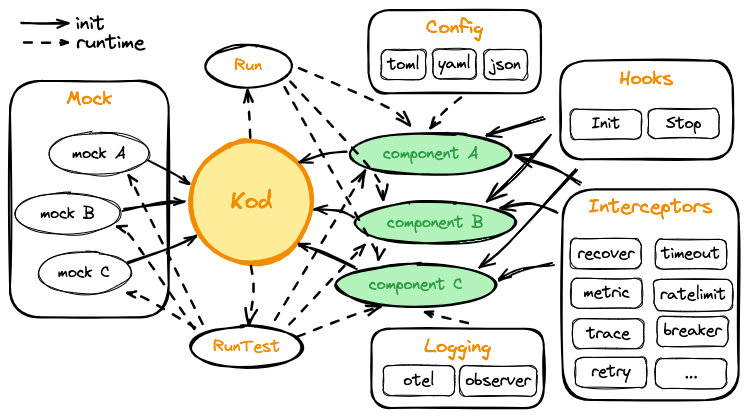
go-kod/kod keeps this Excalidraw diagram as assets/kod.excalidraw.png. Above is the earlier version. Source tidied: one line per element, renumbered; positions are measured from the earlier drawing's top-left corner, leaving out a move shared by most shapes. Its diagram source:
```json
{"id": 0, "type": "ellipse", "strokeColor": "#f08c00", "backgroundColor": "#ffec99", "fillStyle": "solid", "strokeWidth": 4, "roughness": 1, "round": true, "x": 180, "y": 130, "width": 122, "height": 123}
{"id": 1, "type": "text", "text": "Kod", "strokeColor": "#f08c00", "strokeWidth": 2, "roughness": 1, "fontSize": 24.21, "fontFamily": 1, "textAlign": "center", "verticalAlign": "middle", "inside": 0, "x": 220, "y": 177, "width": 42, "height": 30}
{"id": 2, "type": "ellipse", "strokeColor": "#000000", "strokeWidth": 2, "roughness": 1, "round": true, "x": 195, "y": 35, "width": 87, "height": 42}
{"id": 3, "type": "text", "text": "Run", "strokeColor": "#f08c00", "strokeWidth": 2, "roughness": 1, "fontSize": 16, "fontFamily": 1, "textAlign": "center", "verticalAlign": "middle", "inside": 2, "x": 224, "y": 46, "width": 27, "height": 20}
{"id": 4, "type": "ellipse", "strokeColor": "#000000", "backgroundColor": "#b2f2bb", "fillStyle": "solid", "strokeWidth": 2, "roughness": 1, "round": true, "x": 340, "y": 123, "width": 161, "height": 42}
{"id": 5, "type": "text", "text": "component A", "strokeColor": "#2f9e44", "strokeWidth": 2, "roughness": 1, "fontSize": 16, "fontFamily": 1, "textAlign": "center", "verticalAlign": "middle", "inside": 4, "x": 373, "y": 134, "width": 95, "height": 20}
{"id": 6, "type": "ellipse", "strokeColor": "#000000", "backgroundColor": "#b2f2bb", "fillStyle": "solid", "strokeWidth": 2, "roughness": 1, "round": true, "x": 345, "y": 192, "width": 161, "height": 42}
{"id": 7, "type": "text", "text": "component B", "strokeColor": "#2f9e44", "strokeWidth": 2, "roughness": 1, "fontSize": 16, "fontFamily": 1, "textAlign": "center", "verticalAlign": "middle", "inside": 6, "x": 377, "y": 203, "width": 96, "height": 20}
{"id": 8, "type": "ellipse", "strokeColor": "#000000", "backgroundColor": "#b2f2bb", "fillStyle": "solid", "strokeWidth": 2, "roughness": 1, "round": true, "x": 326, "y": 254, "width": 161, "height": 42}
{"id": 9, "type": "text", "text": "component C", "strokeColor": "#2f9e44", "strokeWidth": 2, "roughness": 1, "fontSize": 16, "fontFamily": 1, "textAlign": "center", "verticalAlign": "middle", "inside": 8, "x": 359, "y": 265, "width": 95, "height": 20}
{"id": 10, "type": "arrow", "strokeColor": "#000000", "strokeWidth": 2, "roughness": 1, "endArrowhead": "arrow", "round": true, "from": 4, "to": 0, "x": 336, "y": 142, "width": 47, "height": 11, "points": [[0, 0], [-21, 2], [-47, 11]]}
{"id": 11, "type": "arrow", "strokeColor": "#000000", "strokeWidth": 2, "roughness": 1, "endArrowhead": "arrow", "round": true, "from": 6, "to": 0, "x": 344, "y": 207, "width": 40, "height": 8, "points": [[0, 0], [-14, -7], [-40, -8]]}
{"id": 12, "type": "arrow", "strokeColor": "#000000", "strokeWidth": 2, "roughness": 1, "endArrowhead": "arrow", "round": true, "from": 8, "to": 0, "x": 345, "y": 258, "width": 57, "height": 22, "points": [[0, 0], [-35, -17], [-57, -22]]}
{"id": 13, "type": "ellipse", "strokeColor": "#000000", "strokeWidth": 1, "roughness": 1, "round": true, "x": 38, "y": 123, "width": 101, "height": 42}
{"id": 14, "type": "text", "text": "mock A", "strokeColor": "#000000", "strokeWidth": 2, "roughness": 1, "fontSize": 16, "fontFamily": 1, "textAlign": "center", "verticalAlign": "middle", "inside": 13, "x": 62, "y": 134, "width": 53, "height": 20}
{"id": 15, "type": "arrow", "strokeColor": "#000000", "strokeWidth": 2, "roughness": 1, "endArrowhead": "arrow", "round": true, "from": 13, "to": 0, "x": 140, "y": 151, "width": 39, "height": 22, "points": [[0, 0], [22, 13], [39, 22]]}
{"id": 16, "type": "ellipse", "strokeColor": "#000000", "strokeWidth": 1, "roughness": 1, "round": true, "x": 5, "y": 183, "width": 105, "height": 42}
{"id": 17, "type": "text", "text": "mock B", "strokeColor": "#000000", "strokeWidth": 2, "roughness": 1, "fontSize": 16, "fontFamily": 1, "textAlign": "center", "verticalAlign": "middle", "inside": 16, "x": 30, "y": 194, "width": 54, "height": 20}
{"id": 18, "type": "ellipse", "strokeColor": "#000000", "strokeWidth": 1, "roughness": 1, "round": true, "x": 28, "y": 242, "width": 92, "height": 42}
{"id": 19, "type": "text", "text": "mock C", "strokeColor": "#000000", "strokeWidth": 2, "roughness": 1, "fontSize": 16, "fontFamily": 1, "textAlign": "center", "verticalAlign": "middle", "inside": 18, "x": 48, "y": 253, "width": 53, "height": 20}
{"id": 20, "type": "arrow", "strokeColor": "#000000", "strokeWidth": 2, "roughness": 1, "endArrowhead": "arrow", "round": true, "from": 16, "to": 0, "x": 114, "y": 200, "width": 61, "height": 7, "points": [[0, 0], [41, -6], [61, -7]]}
{"id": 21, "type": "arrow", "strokeColor": "#000000", "strokeWidth": 2, "roughness": 1, "endArrowhead": "arrow", "round": true, "from": 18, "to": 0, "x": 117, "y": 254, "width": 68, "height": 28, "points": [[0, 0], [48, -16], [68, -28]]}
{"id": 22, "type": "arrow", "strokeColor": "#000000", "strokeWidth": 2, "strokeStyle": "dashed", "roughness": 1, "endArrowhead": "arrow", "round": true, "from": 2, "to": 4, "x": 288, "y": 59, "width": 111, "height": 56, "points": [[0, 0], [88, 37], [111, 56]]}
{"id": 23, "type": "arrow", "strokeColor": "#000000", "strokeWidth": 2, "strokeStyle": "dashed", "roughness": 1, "endArrowhead": "arrow", "round": true, "from": 2, "to": 6, "x": 280, "y": 71, "width": 92, "height": 119, "points": [[0, 0], [81, 90], [92, 119]]}
{"id": 24, "type": "arrow", "strokeColor": "#000000", "strokeWidth": 2, "strokeStyle": "dashed", "roughness": 1, "endArrowhead": "arrow", "round": true, "from": 2, "to": 8, "x": 275, "y": 78, "width": 92, "height": 172, "points": [[0, 0], [83, 149], [92, 172]]}
{"id": 25, "type": "ellipse", "strokeColor": "#000000", "strokeWidth": 2, "roughness": 1, "round": true, "x": 181, "y": 316, "width": 111, "height": 42}
{"id": 26, "type": "text", "text": "RunTest", "strokeColor": "#f08c00", "strokeWidth": 2, "roughness": 1, "fontSize": 16, "fontFamily": 1, "textAlign": "center", "verticalAlign": "middle", "inside": 25, "x": 203, "y": 327, "width": 67, "height": 20}
{"id": 27, "type": "arrow", "strokeColor": "#000000", "strokeWidth": 2, "strokeStyle": "dashed", "roughness": 1, "endArrowhead": "arrow", "round": true, "from": 25, "to": 18, "x": 185, "y": 317, "width": 68, "height": 35, "points": [[0, 0], [-51, -29], [-68, -35]]}
{"id": 28, "type": "arrow", "strokeColor": "#000000", "strokeWidth": 2, "strokeStyle": "dashed", "roughness": 1, "endArrowhead": "arrow", "round": true, "from": 25, "to": 16, "x": 185, "y": 319, "width": 77, "height": 102, "points": [[0, 0], [-63, -89], [-77, -102]]}
{"id": 29, "type": "arrow", "strokeColor": "#000000", "strokeWidth": 2, "strokeStyle": "dashed", "roughness": 1, "endArrowhead": "arrow", "round": true, "from": 25, "to": 13, "x": 192, "y": 313, "width": 73, "height": 147, "points": [[0, 0], [-64, -129], [-73, -147]]}
{"id": 30, "type": "arrow", "strokeColor": "#000000", "strokeWidth": 2, "roughness": 1, "endArrowhead": "arrow", "round": true, "to": 33, "x": 11, "y": 13, "width": 46, "height": 1, "points": [[0, 0], [23, 0], [46, -1]]}
{"id": 31, "type": "text", "text": "init", "strokeColor": "#000000", "strokeWidth": 2, "strokeStyle": "dashed", "roughness": 1, "fontSize": 20, "fontFamily": 1, "round": true, "x": 66, "y": 1, "width": 29, "height": 25}
{"id": 32, "type": "arrow", "strokeColor": "#000000", "strokeWidth": 2, "strokeStyle": "dashed", "roughness": 1, "endArrowhead": "arrow", "round": true, "to": 33, "x": 15, "y": 32, "width": 43, "height": 1, "points": [[0, 0], [29, 1], [43, 1]]}
{"id": 33, "type": "text", "text": "runtime", "strokeColor": "#000000", "strokeWidth": 2, "strokeStyle": "dashed", "roughness": 1, "fontSize": 20, "fontFamily": 1, "round": true, "x": 66, "y": 20, "width": 69, "height": 25}
{"id": 34, "type": "arrow", "strokeColor": "#000000", "strokeWidth": 2, "strokeStyle": "dashed", "roughness": 1, "endArrowhead": "arrow", "round": true, "from": 0, "to": 2, "x": 240, "y": 127, "width": 3, "height": 47, "points": [[0, 0], [-1, -22], [-3, -47]]}
{"id": 35, "type": "arrow", "strokeColor": "#000000", "strokeWidth": 2, "strokeStyle": "dashed", "roughness": 1, "endArrowhead": "arrow", "round": true, "from": 0, "to": 25, "x": 240, "y": 257, "width": 4, "height": 58, "points": [[0, 0], [4, 25], [-1, 58]]}
{"id": 36, "type": "rectangle", "strokeColor": "#000000", "strokeWidth": 2, "roughness": 1, "round": true, "x": 553, "y": 179, "width": 176, "height": 211}
{"id": 37, "type": "text", "text": "Interceptors", "strokeColor": "#f08c00", "strokeWidth": 2, "strokeStyle": "dashed", "roughness": 1, "fontSize": 20, "fontFamily": 1, "textAlign": "center", "inside": 36, "x": 579, "y": 184, "width": 124, "height": 25}
{"id": 38, "type": "arrow", "strokeColor": "#000000", "strokeWidth": 2, "roughness": 1, "endArrowhead": "arrow", "round": true, "from": 53, "to": 4, "x": 570, "y": 174, "width": 64, "height": 27, "points": [[0, 0], [-26, -15], [-64, -27]]}
{"id": 39, "type": "arrow", "strokeColor": "#000000", "strokeWidth": 2, "roughness": 1, "endArrowhead": "arrow", "round": true, "from": 36, "to": 6, "x": 547, "y": 203, "width": 57, "height": 9, "points": [[0, 0], [-26, -9], [-57, -5]]}
{"id": 40, "type": "arrow", "strokeColor": "#000000", "strokeWidth": 2, "roughness": 1, "endArrowhead": "arrow", "round": true, "from": 36, "to": 8, "x": 542, "y": 254, "width": 54, "height": 16, "points": [[0, 0], [-31, 7], [-54, 16]]}
{"id": 41, "type": "rectangle", "strokeColor": "#000000", "strokeWidth": 1, "roughness": 1, "round": true, "x": 645, "y": 229, "width": 71, "height": 30}
{"id": 42, "type": "text", "text": "timeout", "strokeColor": "#000000", "strokeWidth": 2, "roughness": 1, "fontSize": 16, "fontFamily": 1, "textAlign": "center", "verticalAlign": "middle", "inside": 41, "x": 652, "y": 234, "width": 58, "height": 20}
{"id": 43, "type": "rectangle", "strokeColor": "#000000", "strokeWidth": 1, "roughness": 1, "round": true, "x": 560, "y": 229, "width": 71, "height": 30}
{"id": 44, "type": "text", "text": "recover", "strokeColor": "#000000", "strokeWidth": 2, "roughness": 1, "fontSize": 16, "fontFamily": 1, "textAlign": "center", "verticalAlign": "middle", "inside": 43, "x": 568, "y": 234, "width": 57, "height": 20}
{"id": 45, "type": "rectangle", "strokeColor": "#000000", "strokeWidth": 1, "roughness": 1, "round": true, "x": 647, "y": 306, "width": 71, "height": 30}
{"id": 46, "type": "text", "text": "breaker", "strokeColor": "#000000", "strokeWidth": 2, "roughness": 1, "fontSize": 16, "fontFamily": 1, "textAlign": "center", "verticalAlign": "middle", "inside": 45, "x": 654, "y": 311, "width": 58, "height": 20}
{"id": 47, "type": "rectangle", "strokeColor": "#000000", "strokeWidth": 1, "roughness": 1, "round": true, "x": 644, "y": 269, "width": 79, "height": 31}
{"id": 48, "type": "text", "text": "ratelimit", "strokeColor": "#000000", "strokeWidth": 2, "roughness": 1, "fontSize": 16, "fontFamily": 1, "textAlign": "center", "verticalAlign": "middle", "inside": 47, "x": 650, "y": 275, "width": 66, "height": 20}
{"id": 49, "type": "rectangle", "strokeColor": "#000000", "strokeWidth": 1, "roughness": 1, "round": true, "x": 561, "y": 268, "width": 71, "height": 30}
{"id": 50, "type": "text", "text": "metric", "strokeColor": "#000000", "strokeWidth": 2, "roughness": 1, "fontSize": 16, "fontFamily": 1, "textAlign": "center", "verticalAlign": "middle", "inside": 49, "x": 573, "y": 273, "width": 46, "height": 20}
{"id": 51, "type": "rectangle", "strokeColor": "#000000", "strokeWidth": 1, "roughness": 1, "round": true, "x": 563, "y": 309, "width": 71, "height": 30}
{"id": 52, "type": "text", "text": "trace", "strokeColor": "#000000", "strokeWidth": 2, "roughness": 1, "fontSize": 16, "fontFamily": 1, "textAlign": "center", "verticalAlign": "middle", "inside": 51, "x": 577, "y": 314, "width": 43, "height": 20}
{"id": 53, "type": "rectangle", "strokeColor": "#000000", "strokeWidth": 2, "roughness": 1, "round": true, "x": 550, "y": 51, "width": 172, "height": 99}
{"id": 54, "type": "text", "text": "Hooks", "strokeColor": "#f08c00", "strokeWidth": 2, "strokeStyle": "dashed", "roughness": 1, "fontSize": 20, "fontFamily": 1, "textAlign": "center", "inside": 53, "x": 610, "y": 56, "width": 54, "height": 25}
{"id": 55, "type": "rectangle", "strokeColor": "#000000", "strokeWidth": 1, "roughness": 1, "round": true, "x": 560, "y": 99, "width": 71, "height": 30}
{"id": 56, "type": "text", "text": "Init", "strokeColor": "#000000", "strokeWidth": 2, "roughness": 1, "fontSize": 16, "fontFamily": 1, "textAlign": "center", "verticalAlign": "middle", "inside": 55, "x": 582, "y": 104, "width": 29, "height": 20}
{"id": 57, "type": "rectangle", "strokeColor": "#000000", "strokeWidth": 1, "roughness": 1, "round": true, "x": 638, "y": 99, "width": 71, "height": 30}
{"id": 58, "type": "text", "text": "Stop", "strokeColor": "#000000", "strokeWidth": 2, "roughness": 1, "fontSize": 16, "fontFamily": 1, "textAlign": "center", "verticalAlign": "middle", "inside": 57, "x": 656, "y": 104, "width": 36, "height": 20}
{"id": 59, "type": "arrow", "strokeColor": "#000000", "strokeWidth": 2, "roughness": 1, "endArrowhead": "arrow", "round": true, "from": 53, "to": 4, "x": 533, "y": 108, "width": 57, "height": 16, "points": [[0, 0], [-28, 8], [-57, 16]]}
{"id": 60, "type": "arrow", "strokeColor": "#000000", "strokeWidth": 2, "roughness": 1, "endArrowhead": "arrow", "round": true, "from": 53, "to": 6, "x": 541, "y": 126, "width": 63, "height": 66, "points": [[0, 0], [-33, 37], [-63, 66]]}
{"id": 61, "type": "arrow", "strokeColor": "#000000", "strokeWidth": 2, "roughness": 1, "endArrowhead": "arrow", "round": true, "from": 53, "to": 8, "x": 567, "y": 159, "width": 96, "height": 97, "points": [[0, 0], [-71, 77], [-96, 97]]}
{"id": 62, "type": "rectangle", "strokeColor": "#000000", "strokeWidth": 2, "roughness": 1, "round": true, "x": 358, "y": 0, "width": 172, "height": 83}
{"id": 63, "type": "text", "text": "Config", "strokeColor": "#f08c00", "strokeWidth": 2, "strokeStyle": "dashed", "roughness": 1, "fontSize": 20, "fontFamily": 1, "textAlign": "center", "inside": 62, "x": 416, "y": 5, "width": 57, "height": 25}
{"id": 64, "type": "rectangle", "strokeColor": "#000000", "strokeWidth": 1, "roughness": 1, "round": true, "x": 371, "y": 40, "width": 45, "height": 30}
{"id": 65, "type": "text", "text": "toml", "strokeColor": "#000000", "strokeWidth": 2, "roughness": 1, "fontSize": 16, "fontFamily": 1, "textAlign": "center", "verticalAlign": "middle", "inside": 64, "x": 377, "y": 45, "width": 32, "height": 20}
{"id": 66, "type": "rectangle", "strokeColor": "#000000", "strokeWidth": 1, "roughness": 1, "round": true, "x": 423, "y": 39, "width": 43, "height": 30}
{"id": 67, "type": "text", "text": "yaml", "strokeColor": "#000000", "strokeWidth": 2, "roughness": 1, "fontSize": 16, "fontFamily": 1, "textAlign": "center", "verticalAlign": "middle", "inside": 66, "x": 428, "y": 44, "width": 33, "height": 20}
{"id": 68, "type": "rectangle", "strokeColor": "#000000", "strokeWidth": 2, "roughness": 1, "round": true, "x": 361, "y": 319, "width": 172, "height": 79}
{"id": 69, "type": "text", "text": "Logging", "strokeColor": "#f08c00", "strokeWidth": 2, "strokeStyle": "dashed", "roughness": 1, "fontSize": 20, "fontFamily": 1, "textAlign": "center", "inside": 68, "x": 414, "y": 324, "width": 67, "height": 25}
{"id": 70, "type": "rectangle", "strokeColor": "#000000", "strokeWidth": 1, "roughness": 1, "round": true, "x": 373, "y": 356, "width": 71, "height": 30}
{"id": 71, "type": "text", "text": "otel", "strokeColor": "#000000", "strokeWidth": 2, "roughness": 1, "fontSize": 16, "fontFamily": 1, "textAlign": "center", "verticalAlign": "middle", "inside": 70, "x": 394, "y": 361, "width": 31, "height": 20}
{"id": 72, "type": "rectangle", "strokeColor": "#000000", "strokeWidth": 1, "roughness": 1, "round": true, "x": 450, "y": 356, "width": 77, "height": 31}
{"id": 73, "type": "text", "text": "observer", "strokeColor": "#000000", "strokeWidth": 2, "roughness": 1, "fontSize": 16, "fontFamily": 1, "textAlign": "center", "verticalAlign": "middle", "inside": 72, "x": 456, "y": 361, "width": 65, "height": 20}
{"id": 74, "type": "rectangle", "strokeColor": "#000000", "strokeWidth": 1, "roughness": 1, "round": true, "x": 474, "y": 40, "width": 43, "height": 30}
{"id": 75, "type": "text", "text": "json", "strokeColor": "#000000", "strokeWidth": 2, "roughness": 1, "fontSize": 16, "fontFamily": 1, "textAlign": "center", "verticalAlign": "middle", "inside": 74, "x": 481, "y": 45, "width": 30, "height": 20}
{"id": 76, "type": "arrow", "strokeColor": "#000000", "strokeWidth": 2, "strokeStyle": "dashed", "roughness": 1, "endArrowhead": "arrow", "round": true, "from": 62, "to": 4, "x": 451, "y": 88, "width": 31, "height": 31, "points": [[0, 0], [-17, 13], [-31, 31]]}
{"id": 77, "type": "arrow", "strokeColor": "#000000", "strokeWidth": 2, "strokeStyle": "dashed", "roughness": 1, "endArrowhead": "arrow", "round": true, "from": 68, "to": 68, "x": 457, "y": 313, "width": 43, "height": 11, "points": [[0, 0], [-27, -7], [-43, -11]]}
{"id": 78, "type": "rectangle", "strokeColor": "#000000", "strokeWidth": 1, "roughness": 1, "round": true, "x": 565, "y": 347, "width": 71, "height": 30}
{"id": 79, "type": "text", "text": "retry", "strokeColor": "#000000", "strokeWidth": 2, "roughness": 1, "fontSize": 16, "fontFamily": 1, "textAlign": "center", "verticalAlign": "middle", "inside": 78, "x": 581, "y": 352, "width": 39, "height": 20}
{"id": 80, "type": "rectangle", "strokeColor": "#000000", "strokeWidth": 1, "roughness": 1, "round": true, "x": 645, "y": 349, "width": 71, "height": 30}
{"id": 81, "type": "text", "text": "...", "strokeColor": "#000000", "strokeWidth": 2, "roughness": 1, "fontSize": 16, "fontFamily": 1, "textAlign": "center", "verticalAlign": "middle", "inside": 80, "x": 674, "y": 354, "width": 13, "height": 20}
{"id": 82, "type": "arrow", "strokeColor": "#000000", "strokeWidth": 2, "strokeStyle": "dashed", "roughness": 1, "endArrowhead": "arrow", "round": true, "from": 25, "to": 8, "x": 288, "y": 328, "width": 83, "height": 31, "points": [[0, 0], [55, -22], [83, -31]]}
{"id": 83, "type": "arrow", "strokeColor": "#000000", "strokeWidth": 2, "strokeStyle": "dashed", "roughness": 1, "endArrowhead": "arrow", "round": true, "from": 25, "to": 6, "x": 280, "y": 313, "width": 74, "height": 79, "points": [[0, 0], [60, -62], [74, -79]]}
{"id": 84, "type": "arrow", "strokeColor": "#000000", "strokeWidth": 2, "strokeStyle": "dashed", "roughness": 1, "endArrowhead": "arrow", "round": true, "from": 25, "to": 4, "x": 265, "y": 309, "width": 89, "height": 148, "points": [[0, 0], [72, -118], [89, -148]]}
{"id": 85, "type": "rectangle", "strokeColor": "#000000", "strokeWidth": 2, "roughness": 1, "round": true, "x": 0, "y": 71, "width": 159, "height": 237}
{"id": 86, "type": "text", "text": "Mock", "strokeColor": "#f08c00", "strokeWidth": 1, "roughness": 1, "fontSize": 20, "fontFamily": 1, "textAlign": "center", "inside": 85, "x": 56, "y": 76, "width": 46, "height": 25}
```
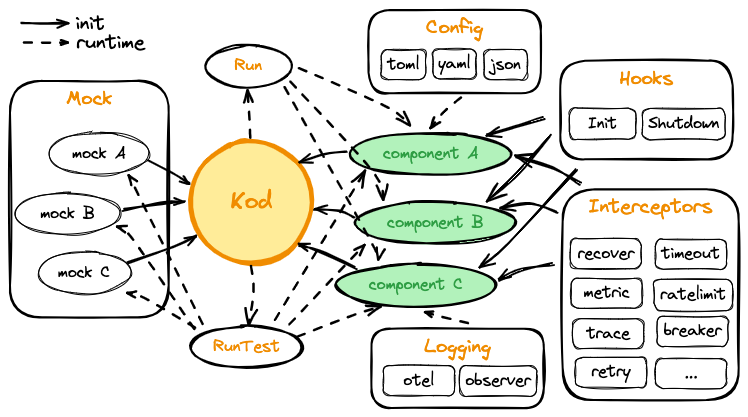
After the change.

Diff of the diagram source:
```diff
@@ -53,10 +53,10 @@
 {"id": 52, "type": "text", "text": "trace", "strokeColor": "#000000", "strokeWidth": 2, "roughness": 1, "fontSize": 16, "fontFamily": 1, "textAlign": "center", "verticalAlign": "middle", "inside": 51, "x": 577, "y": 314, "width": 43, "height": 20}
 {"id": 53, "type": "rectangle", "strokeColor": "#000000", "strokeWidth": 2, "roughness": 1, "round": true, "x": 550, "y": 51, "width": 172, "height": 99}
 {"id": 54, "type": "text", "text": "Hooks", "strokeColor": "#f08c00", "strokeWidth": 2, "strokeStyle": "dashed", "roughness": 1, "fontSize": 20, "fontFamily": 1, "textAlign": "center", "inside": 53, "x": 610, "y": 56, "width": 54, "height": 25}
-{"id": 55, "type": "rectangle", "strokeColor": "#000000", "strokeWidth": 1, "roughness": 1, "round": true, "x": 560, "y": 99, "width": 71, "height": 30}
+{"id": 55, "type": "rectangle", "strokeColor": "#000000", "strokeWidth": 1, "roughness": 1, "round": true, "x": 559, "y": 98, "width": 66, "height": 31}
-{"id": 56, "type": "text", "text": "Init", "strokeColor": "#000000", "strokeWidth": 2, "roughness": 1, "fontSize": 16, "fontFamily": 1, "textAlign": "center", "verticalAlign": "middle", "inside": 55, "x": 582, "y": 104, "width": 29, "height": 20}
+{"id": 56, "type": "text", "text": "Init", "strokeColor": "#000000", "strokeWidth": 2, "roughness": 1, "fontSize": 16, "fontFamily": 1, "textAlign": "center", "verticalAlign": "middle", "inside": 55, "x": 578, "y": 104, "width": 29, "height": 20}
-{"id": 57, "type": "rectangle", "strokeColor": "#000000", "strokeWidth": 1, "roughness": 1, "round": true, "x": 638, "y": 99, "width": 71, "height": 30}
+{"id": 57, "type": "rectangle", "strokeColor": "#000000", "strokeWidth": 1, "roughness": 1, "round": true, "x": 632, "y": 98, "width": 83, "height": 32}
-{"id": 58, "type": "text", "text": "Stop", "strokeColor": "#000000", "strokeWidth": 2, "roughness": 1, "fontSize": 16, "fontFamily": 1, "textAlign": "center", "verticalAlign": "middle", "inside": 57, "x": 656, "y": 104, "width": 36, "height": 20}
+{"id": 58, "type": "text", "text": "Shutdown", "strokeColor": "#000000", "strokeWidth": 2, "roughness": 1, "fontSize": 16, "fontFamily": 1, "textAlign": "center", "verticalAlign": "middle", "inside": 57, "x": 638, "y": 104, "width": 71, "height": 20}
 {"id": 59, "type": "arrow", "strokeColor": "#000000", "strokeWidth": 2, "roughness": 1, "endArrowhead": "arrow", "round": true, "from": 53, "to": 4, "x": 533, "y": 108, "width": 57, "height": 16, "points": [[0, 0], [-28, 8], [-57, 16]]}
 {"id": 60, "type": "arrow", "strokeColor": "#000000", "strokeWidth": 2, "roughness": 1, "endArrowhead": "arrow", "round": true, "from": 53, "to": 6, "x": 541, "y": 126, "width": 63, "height": 66, "points": [[0, 0], [-33, 37], [-63, 66]]}
 {"id": 61, "type": "arrow", "strokeColor": "#000000", "strokeWidth": 2, "roughness": 1, "endArrowhead": "arrow", "round": true, "from": 53, "to": 8, "x": 567, "y": 159, "width": 96, "height": 97, "points": [[0, 0], [-71, 77], [-96, 97]]}
```
